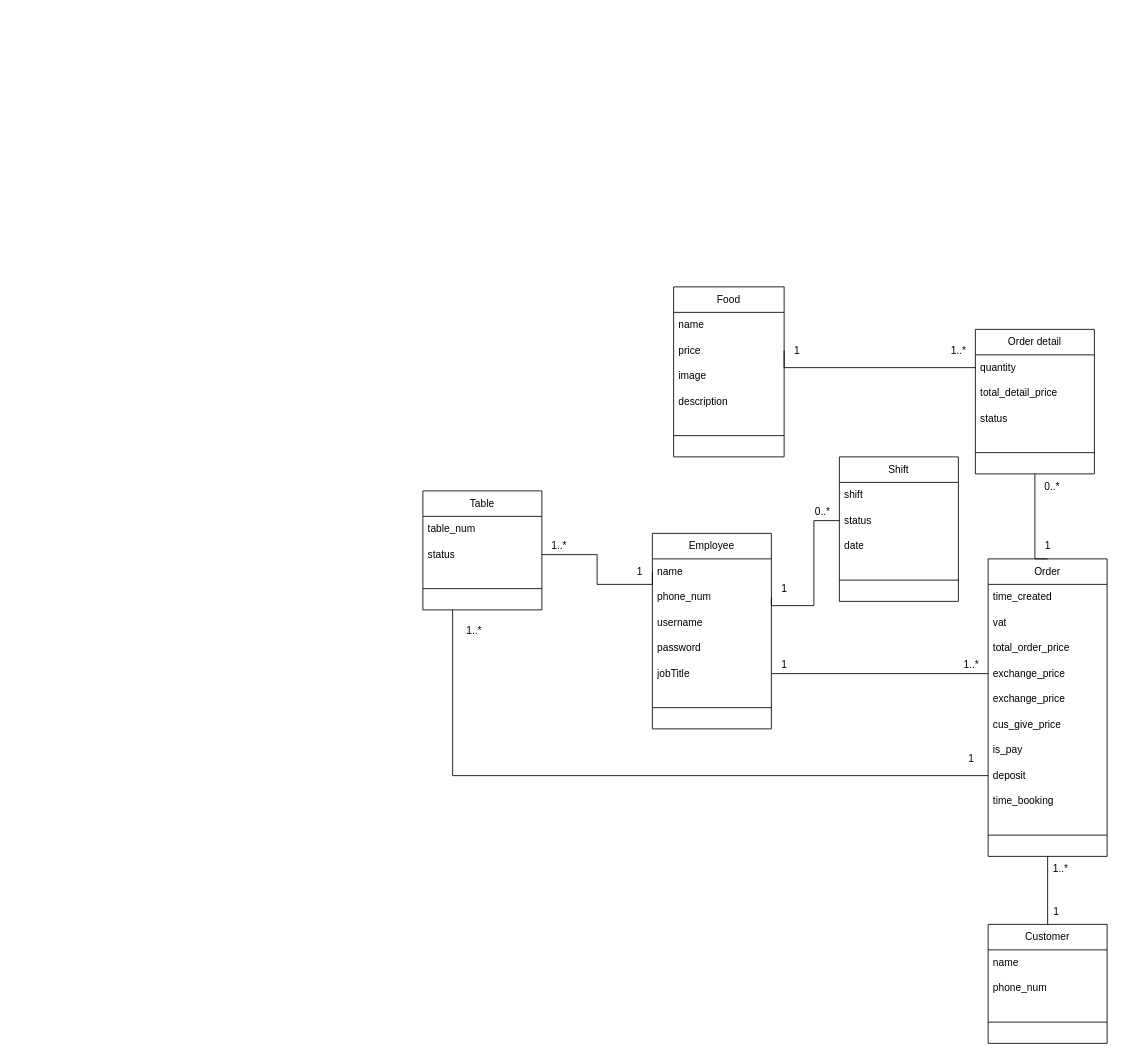
MaiNhatHoangY2001/HLFood keeps this draw.io diagram as class-diagram.drawio. Above is the earlier version. Source tidied: cells renumbered, new cells numbered last; positions are measured from the earlier drawing's top-left corner, leaving out a move shared by most shapes. Both pictures are drawn from the tidied source at 85%, with x=0, y=0 at pixel (422, 286).
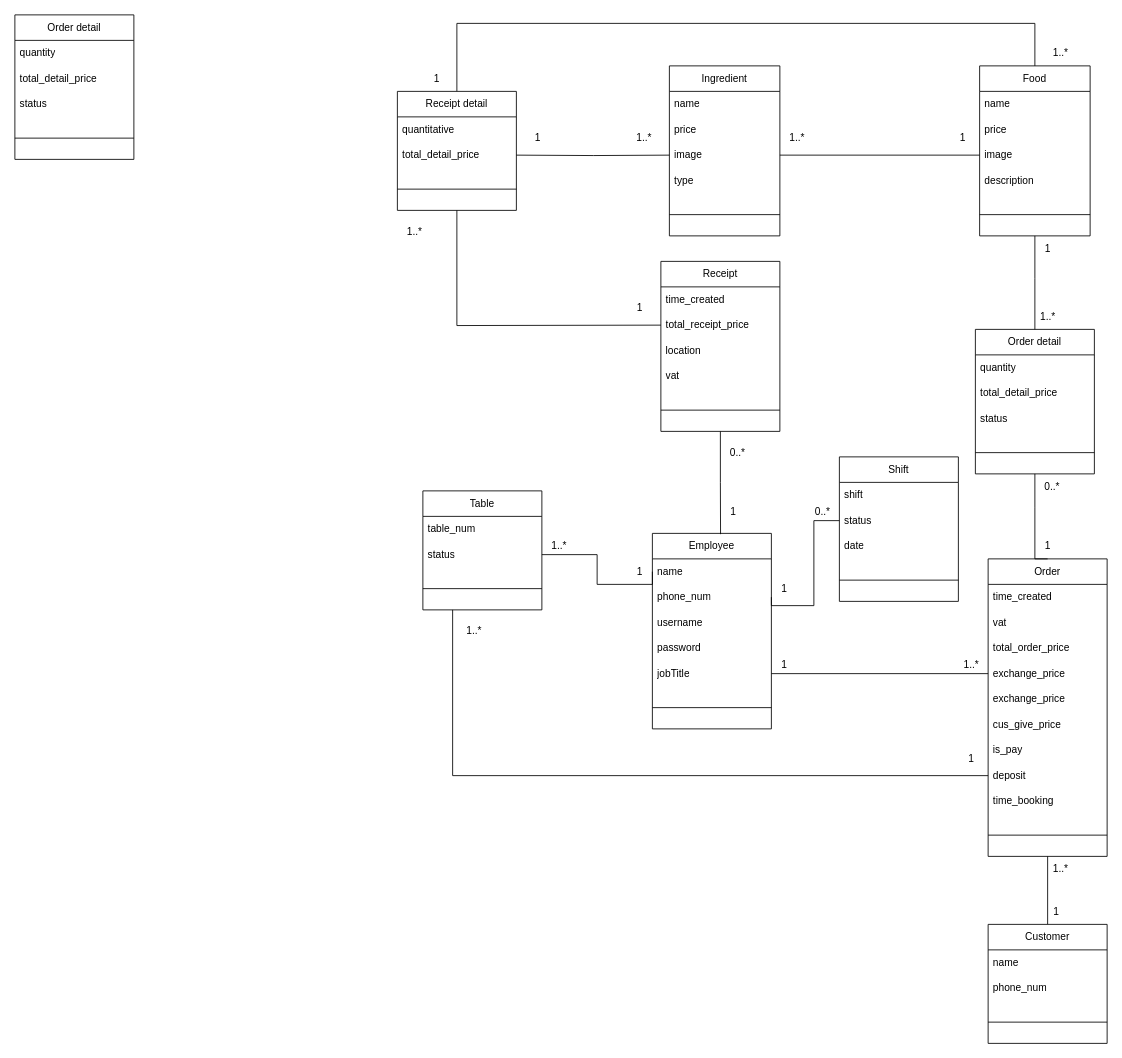
After the change.

Commit message:
Cập nhật class-diagram.drawio

The change refers to these unchanged cells:
```xml
<mxCell id="2" value="Employee" style="swimlane;fontStyle=0;horizontal=1;startSize=30;whiteSpace=wrap;html=1;" parent="1" vertex="1">
  <mxGeometry x="270" y="290" width="140" height="230" as="geometry" />
</mxCell>
<mxCell id="11" value="price" style="text;strokeColor=none;fillColor=none;align=left;verticalAlign=middle;spacingLeft=4;spacingRight=4;overflow=hidden;points=[[0,0.5],[1,0.5]];portConstraint=eastwest;whiteSpace=wrap;html=1;" parent="9" vertex="1">
  <mxGeometry y="60" width="130" height="30" as="geometry" />
</mxCell>
<mxCell id="12" value="image" style="text;strokeColor=none;fillColor=none;align=left;verticalAlign=middle;spacingLeft=4;spacingRight=4;overflow=hidden;points=[[0,0.5],[1,0.5]];portConstraint=eastwest;whiteSpace=wrap;html=1;" parent="9" vertex="1">
  <mxGeometry y="90" width="130" height="30" as="geometry" />
</mxCell>
<mxCell id="26" value="Order detail" style="swimlane;fontStyle=0;horizontal=1;startSize=30;whiteSpace=wrap;html=1;" parent="1" vertex="1">
  <mxGeometry x="650" y="50" width="140" height="170" as="geometry" />
</mxCell>
<mxCell id="27" value="quantity" style="text;strokeColor=none;fillColor=none;align=left;verticalAlign=middle;spacingLeft=4;spacingRight=4;overflow=hidden;points=[[0,0.5],[1,0.5]];portConstraint=eastwest;whiteSpace=wrap;html=1;" parent="26" vertex="1">
  <mxGeometry y="30" width="140" height="30" as="geometry" />
</mxCell>
```

Change to the diagram source:
```diff
@@
+    <mxCell id="65" style="edgeStyle=orthogonalEdgeStyle;rounded=0;jettySize=auto;html=1;exitX=0;exitY=0.5;exitDx=0;exitDy=0;entryX=1;entryY=0.5;entryDx=0;entryDy=0;endArrow=none;endFill=0;" parent="1" edge="1" source="12" target="76">
+      <mxGeometry relative="1" as="geometry" />
+    </mxCell>
     <mxCell id="9" value="Food" style="swimlane;fontStyle=0;horizontal=1;startSize=30;whiteSpace=wrap;html=1;" parent="1" vertex="1">
-      <mxGeometry x="295" width="130" height="200" as="geometry" />
+      <mxGeometry x="655" y="-260" width="130" height="200" as="geometry" />
     </mxCell>
@@
-    <mxCell id="31" style="edgeStyle=orthogonalEdgeStyle;rounded=0;jettySize=auto;html=1;exitX=1;exitY=0.5;exitDx=0;exitDy=0;entryX=0;entryY=0.5;entryDx=0;entryDy=0;endArrow=none;endFill=0;" parent="1" edge="1" source="11" target="27">
+    <mxCell id="31" style="edgeStyle=orthogonalEdgeStyle;rounded=0;jettySize=auto;html=1;entryX=0.5;entryY=0;entryDx=0;entryDy=0;endArrow=none;endFill=0;exitX=0.5;exitY=1;exitDx=0;exitDy=0;" parent="1" edge="1" source="9" target="26">
       <mxGeometry relative="1" as="geometry">
         <Array as="points">
-          <mxPoint x="500" y="95" />
-          <mxPoint x="500" y="95" />
+          <mxPoint x="720" y="-10" />
+          <mxPoint x="720" y="-10" />
         </Array>
       </mxGeometry>
     </mxCell>
@@
     <mxCell id="38" value="1" style="text;html=1;align=center;verticalAlign=middle;strokeColor=none;fillColor=none;" parent="1" vertex="1">
-      <mxGeometry x="425" y="60" width="30" height="30" as="geometry" />
+      <mxGeometry x="620" y="-190" width="30" height="30" as="geometry" />
     </mxCell>
     <mxCell id="39" value="1..*" style="text;html=1;align=center;verticalAlign=middle;strokeColor=none;fillColor=none;" parent="1" vertex="1">
-      <mxGeometry x="610" y="60" width="40" height="30" as="geometry" />
+      <mxGeometry x="715" y="20" width="40" height="30" as="geometry" />
     </mxCell>
@@
+    <mxCell id="66" style="edgeStyle=orthogonalEdgeStyle;rounded=0;jettySize=auto;html=1;exitX=0.5;exitY=1;exitDx=0;exitDy=0;entryX=0.573;entryY=0.004;entryDx=0;entryDy=0;entryPerimeter=0;endArrow=none;endFill=0;" parent="1" edge="1" source="67" target="2">
+      <mxGeometry relative="1" as="geometry" />
+    </mxCell>
+    <mxCell id="67" value="Receipt" style="swimlane;fontStyle=0;horizontal=1;startSize=30;whiteSpace=wrap;html=1;" parent="1" vertex="1">
+      <mxGeometry x="280" y="-30" width="140" height="200" as="geometry" />
+    </mxCell>
+    <mxCell id="68" value="time_created" style="text;strokeColor=none;fillColor=none;align=left;verticalAlign=middle;spacingLeft=4;spacingRight=4;overflow=hidden;whiteSpace=wrap;html=1;" parent="67" vertex="1">
+      <mxGeometry y="30" width="140" height="30" as="geometry" />
+    </mxCell>
+    <mxCell id="69" value="total_receipt_price" style="text;strokeColor=none;fillColor=none;align=left;verticalAlign=middle;spacingLeft=4;spacingRight=4;overflow=hidden;whiteSpace=wrap;html=1;" parent="67" vertex="1">
+      <mxGeometry y="60" width="140" height="30" as="geometry" />
+    </mxCell>
+    <mxCell id="70" value="location" style="text;strokeColor=none;fillColor=none;align=left;verticalAlign=middle;spacingLeft=4;spacingRight=4;overflow=hidden;whiteSpace=wrap;html=1;" parent="67" vertex="1">
+      <mxGeometry y="90" width="140" height="30" as="geometry" />
+    </mxCell>
+    <mxCell id="71" value="vat" style="text;strokeColor=none;fillColor=none;align=left;verticalAlign=middle;spacingLeft=4;spacingRight=4;overflow=hidden;whiteSpace=wrap;html=1;" parent="67" vertex="1">
+      <mxGeometry y="120" width="140" height="30" as="geometry" />
+    </mxCell>
+    <mxCell id="72" style="line;html=1;strokeWidth=1;align=left;verticalAlign=middle;spacingTop=-1;spacingLeft=3;spacingRight=3;labelPosition=right;" parent="67" vertex="1">
+      <mxGeometry y="150" width="140" height="50" as="geometry" />
+    </mxCell>
+    <mxCell id="73" value="Ingredient" style="swimlane;fontStyle=0;horizontal=1;startSize=30;whiteSpace=wrap;html=1;" parent="1" vertex="1">
+      <mxGeometry x="290" y="-260" width="130" height="200" as="geometry" />
+    </mxCell>
+    <mxCell id="74" value="name" style="text;strokeColor=none;fillColor=none;align=left;verticalAlign=middle;spacingLeft=4;spacingRight=4;overflow=hidden;whiteSpace=wrap;html=1;" parent="73" vertex="1">
+      <mxGeometry y="30" width="130" height="30" as="geometry" />
+    </mxCell>
+    <mxCell id="75" value="price" style="text;strokeColor=none;fillColor=none;align=left;verticalAlign=middle;spacingLeft=4;spacingRight=4;overflow=hidden;whiteSpace=wrap;html=1;" parent="73" vertex="1">
+      <mxGeometry y="60" width="130" height="30" as="geometry" />
+    </mxCell>
+    <mxCell id="76" value="image" style="text;strokeColor=none;fillColor=none;align=left;verticalAlign=middle;spacingLeft=4;spacingRight=4;overflow=hidden;points=[[0,0.5],[1,0.5]];portConstraint=eastwest;whiteSpace=wrap;html=1;" parent="73" vertex="1">
+      <mxGeometry y="90" width="130" height="30" as="geometry" />
+    </mxCell>
+    <mxCell id="77" value="type" style="text;strokeColor=none;fillColor=none;align=left;verticalAlign=middle;spacingLeft=4;spacingRight=4;overflow=hidden;whiteSpace=wrap;html=1;" parent="73" vertex="1">
+      <mxGeometry y="120" width="130" height="30" as="geometry" />
+    </mxCell>
+    <mxCell id="78" style="line;html=1;strokeWidth=1;align=left;verticalAlign=middle;spacingTop=-1;spacingLeft=3;spacingRight=3;labelPosition=right;" parent="73" vertex="1">
+      <mxGeometry y="150" width="130" height="50" as="geometry" />
+    </mxCell>
+    <mxCell id="79" value="Order detail" style="swimlane;fontStyle=0;horizontal=1;startSize=30;whiteSpace=wrap;html=1;" parent="1" vertex="1">
+      <mxGeometry x="-480" y="-320" width="140" height="170" as="geometry" />
+    </mxCell>
+    <mxCell id="80" value="quantity" style="text;strokeColor=none;fillColor=none;align=left;verticalAlign=middle;spacingLeft=4;spacingRight=4;overflow=hidden;whiteSpace=wrap;html=1;" parent="79" vertex="1">
+      <mxGeometry y="30" width="140" height="30" as="geometry" />
+    </mxCell>
+    <mxCell id="81" value="total_detail_price" style="text;strokeColor=none;fillColor=none;align=left;verticalAlign=middle;spacingLeft=4;spacingRight=4;overflow=hidden;whiteSpace=wrap;html=1;" parent="79" vertex="1">
+      <mxGeometry y="60" width="140" height="30" as="geometry" />
+    </mxCell>
+    <mxCell id="82" value="status" style="text;strokeColor=none;fillColor=none;align=left;verticalAlign=middle;spacingLeft=4;spacingRight=4;overflow=hidden;whiteSpace=wrap;html=1;" parent="79" vertex="1">
+      <mxGeometry y="90" width="140" height="30" as="geometry" />
+    </mxCell>
+    <mxCell id="83" style="line;html=1;strokeWidth=1;align=left;verticalAlign=middle;spacingTop=-1;spacingLeft=3;spacingRight=3;labelPosition=right;" parent="79" vertex="1">
+      <mxGeometry y="120" width="140" height="50" as="geometry" />
+    </mxCell>
+    <mxCell id="84" value="1..*" style="text;html=1;align=center;verticalAlign=middle;strokeColor=none;fillColor=none;" parent="1" vertex="1">
+      <mxGeometry x="420" y="-190" width="40" height="30" as="geometry" />
+    </mxCell>
+    <mxCell id="85" value="1" style="text;html=1;align=center;verticalAlign=middle;strokeColor=none;fillColor=none;" parent="1" vertex="1">
+      <mxGeometry x="720" y="-60" width="30" height="30" as="geometry" />
+    </mxCell>
+    <mxCell id="86" style="edgeStyle=orthogonalEdgeStyle;rounded=0;jettySize=auto;html=1;exitX=0.5;exitY=0;exitDx=0;exitDy=0;entryX=0.5;entryY=0;entryDx=0;entryDy=0;endArrow=none;endFill=0;" parent="1" edge="1" source="87" target="9">
+      <mxGeometry relative="1" as="geometry">
+        <Array as="points">
+          <mxPoint x="40" y="-310" />
+          <mxPoint x="720" y="-310" />
+        </Array>
+      </mxGeometry>
+    </mxCell>
+    <mxCell id="87" value="Receipt&amp;nbsp;detail" style="swimlane;fontStyle=0;horizontal=1;startSize=30;whiteSpace=wrap;html=1;" parent="1" vertex="1">
+      <mxGeometry x="-30" y="-230" width="140" height="140" as="geometry" />
+    </mxCell>
+    <mxCell id="88" value="quantitative" style="text;strokeColor=none;fillColor=none;align=left;verticalAlign=middle;spacingLeft=4;spacingRight=4;overflow=hidden;whiteSpace=wrap;html=1;" parent="87" vertex="1">
+      <mxGeometry y="30" width="140" height="30" as="geometry" />
+    </mxCell>
+    <mxCell id="89" value="total_detail_price" style="text;strokeColor=none;fillColor=none;align=left;verticalAlign=middle;spacingLeft=4;spacingRight=4;overflow=hidden;whiteSpace=wrap;html=1;" parent="87" vertex="1">
+      <mxGeometry y="60" width="140" height="30" as="geometry" />
+    </mxCell>
+    <mxCell id="90" style="line;html=1;strokeWidth=1;align=left;verticalAlign=middle;spacingTop=-1;spacingLeft=3;spacingRight=3;labelPosition=right;" parent="87" vertex="1">
+      <mxGeometry y="90" width="140" height="50" as="geometry" />
+    </mxCell>
+    <mxCell id="91" style="edgeStyle=orthogonalEdgeStyle;rounded=0;jettySize=auto;html=1;exitX=1;exitY=0.5;exitDx=0;exitDy=0;entryX=0;entryY=0.5;entryDx=0;entryDy=0;endArrow=none;endFill=0;" parent="1" edge="1" target="76">
+      <mxGeometry relative="1" as="geometry">
+        <mxPoint x="110" y="-155" as="sourcePoint" />
+      </mxGeometry>
+    </mxCell>
+    <mxCell id="92" style="edgeStyle=orthogonalEdgeStyle;rounded=0;jettySize=auto;html=1;exitX=0;exitY=0.5;exitDx=0;exitDy=0;entryX=0.5;entryY=1;entryDx=0;entryDy=0;endArrow=none;endFill=0;" parent="1" edge="1" target="87">
+      <mxGeometry relative="1" as="geometry">
+        <mxPoint x="280" y="45" as="sourcePoint" />
+      </mxGeometry>
+    </mxCell>
+    <mxCell id="93" value="1" style="text;html=1;align=center;verticalAlign=middle;strokeColor=none;fillColor=none;" parent="1" vertex="1">
+      <mxGeometry x="120" y="-190" width="30" height="30" as="geometry" />
+    </mxCell>
+    <mxCell id="94" value="1..*" style="text;html=1;align=center;verticalAlign=middle;strokeColor=none;fillColor=none;" parent="1" vertex="1">
+      <mxGeometry x="240" y="-190" width="40" height="30" as="geometry" />
+    </mxCell>
+    <mxCell id="95" value="1..*" style="text;html=1;align=center;verticalAlign=middle;strokeColor=none;fillColor=none;" parent="1" vertex="1">
+      <mxGeometry x="730" y="-290" width="40" height="30" as="geometry" />
+    </mxCell>
+    <mxCell id="96" value="1" style="text;html=1;align=center;verticalAlign=middle;strokeColor=none;fillColor=none;" parent="1" vertex="1">
+      <mxGeometry x="1" y="-260" width="30" height="30" as="geometry" />
+    </mxCell>
+    <mxCell id="97" value="1" style="text;html=1;align=center;verticalAlign=middle;strokeColor=none;fillColor=none;" parent="1" vertex="1">
+      <mxGeometry x="240" y="10" width="30" height="30" as="geometry" />
+    </mxCell>
+    <mxCell id="98" value="1..*" style="text;html=1;align=center;verticalAlign=middle;strokeColor=none;fillColor=none;" parent="1" vertex="1">
+      <mxGeometry x="-30" y="-80" width="40" height="30" as="geometry" />
+    </mxCell>
+    <mxCell id="99" value="1" style="text;html=1;align=center;verticalAlign=middle;strokeColor=none;fillColor=none;" parent="1" vertex="1">
+      <mxGeometry x="350" y="250" width="30" height="30" as="geometry" />
+    </mxCell>
+    <mxCell id="100" value="0..*" style="text;html=1;align=center;verticalAlign=middle;strokeColor=none;fillColor=none;" parent="1" vertex="1">
+      <mxGeometry x="350" y="180" width="40" height="30" as="geometry" />
+    </mxCell>
```
